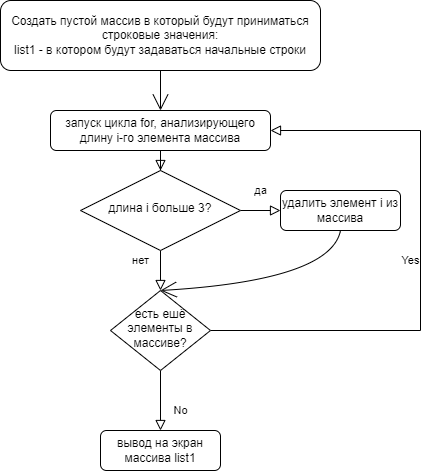
Earlier version of the draw.io export block_scheme.png (MikhailZubkov/Meeting_profession). Source tidied: cells renumbered, new cells last; positions are measured from the earlier drawing's top-left corner, leaving out a move shared by most shapes.
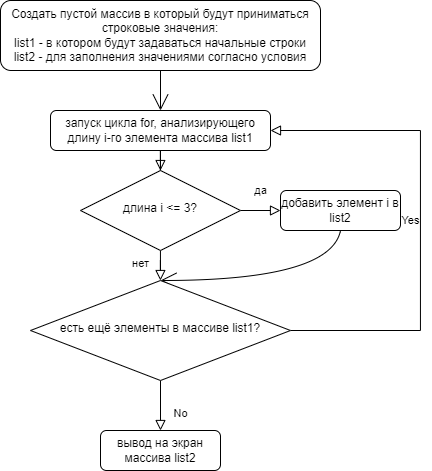
The same diagram one commit later.

Commit message:
added block scheme

Diff of the diagram source:
```diff
@@ -5,7 +5,7 @@
     <mxCell id="2" style="rounded=0;html=1;jettySize=auto;fontSize=11;endArrow=block;endFill=0;endSize=8;strokeWidth=1;shadow=0;labelBackgroundColor=none;edgeStyle=orthogonalEdgeStyle;" parent="1" edge="1" source="3" target="6">
       <mxGeometry relative="1" as="geometry" />
     </mxCell>
-    <mxCell id="3" value="запуск цикла for, анализирующего длину i-го элемента массива" style="rounded=1;whiteSpace=wrap;html=1;fontSize=12;glass=0;strokeWidth=1;shadow=0;" parent="1" vertex="1">
+    <mxCell id="3" value="запуск цикла for, анализирующего длину i-го элемента массива list1" style="rounded=1;whiteSpace=wrap;html=1;fontSize=12;glass=0;strokeWidth=1;shadow=0;" parent="1" vertex="1">
       <mxGeometry x="50" y="110" width="220" height="40" as="geometry" />
     </mxCell>
     <mxCell id="4" value="нет" style="rounded=0;html=1;jettySize=auto;fontSize=11;endArrow=block;endFill=0;endSize=8;strokeWidth=1;shadow=0;labelBackgroundColor=none;edgeStyle=orthogonalEdgeStyle;" parent="1" edge="1" source="6" target="11">
@@ -14,7 +14,7 @@
     <mxCell id="5" value="да" style="edgeStyle=orthogonalEdgeStyle;rounded=0;html=1;jettySize=auto;fontSize=11;endArrow=block;endFill=0;endSize=8;strokeWidth=1;shadow=0;labelBackgroundColor=none;" parent="1" edge="1" source="6" target="8">
       <mxGeometry y="20" relative="1" as="geometry" />
     </mxCell>
-    <mxCell id="6" value="длина i больше 3?" style="rhombus;whiteSpace=wrap;html=1;shadow=0;fontFamily=Helvetica;fontSize=12;align=center;strokeWidth=1;spacing=6;spacingTop=-4;" parent="1" vertex="1">
+    <mxCell id="6" value="длина i &amp;lt;= 3?" style="rhombus;whiteSpace=wrap;html=1;shadow=0;fontFamily=Helvetica;fontSize=12;align=center;strokeWidth=1;spacing=6;spacingTop=-4;" parent="1" vertex="1">
       <mxGeometry x="80" y="170" width="160" height="80" as="geometry" />
     </mxCell>
     <mxCell id="7" style="edgeStyle=none;curved=1;rounded=0;jettySize=auto;html=1;fontSize=12;endArrow=open;startSize=14;endSize=14;sourcePerimeterSpacing=8;targetPerimeterSpacing=8;exitX=0.5;exitY=1;exitDx=0;exitDy=0;entryX=0.5;entryY=0;entryDx=0;entryDy=0;" parent="1" edge="1" source="8" target="11">
@@ -24,7 +24,7 @@
         </Array>
       </mxGeometry>
     </mxCell>
-    <mxCell id="8" value="удалить элемент i из массива" style="rounded=1;whiteSpace=wrap;html=1;fontSize=12;glass=0;strokeWidth=1;shadow=0;" parent="1" vertex="1">
+    <mxCell id="8" value="добавить элемент i в list2" style="rounded=1;whiteSpace=wrap;html=1;fontSize=12;glass=0;strokeWidth=1;shadow=0;" parent="1" vertex="1">
       <mxGeometry x="280" y="190" width="120" height="40" as="geometry" />
     </mxCell>
     <mxCell id="9" value="No" style="rounded=0;html=1;jettySize=auto;fontSize=11;endArrow=block;endFill=0;endSize=8;strokeWidth=1;shadow=0;labelBackgroundColor=none;edgeStyle=orthogonalEdgeStyle;" parent="1" edge="1" source="11" target="12">
@@ -38,10 +38,10 @@
         </Array>
       </mxGeometry>
     </mxCell>
-    <mxCell id="11" value="есть ешё элементы в массиве?" style="rhombus;whiteSpace=wrap;html=1;shadow=0;fontFamily=Helvetica;fontSize=12;align=center;strokeWidth=1;spacing=6;spacingTop=-4;" parent="1" vertex="1">
-      <mxGeometry x="110" y="290" width="100" height="80" as="geometry" />
+    <mxCell id="11" value="есть ещё элементы в массиве list1?" style="rhombus;whiteSpace=wrap;html=1;shadow=0;fontFamily=Helvetica;fontSize=12;align=center;strokeWidth=1;spacing=6;spacingTop=-4;" parent="1" vertex="1">
+      <mxGeometry x="30" y="280" width="260" height="100" as="geometry" />
     </mxCell>
-    <mxCell id="12" value="вывод на экран массива list1" style="rounded=1;whiteSpace=wrap;html=1;fontSize=12;glass=0;strokeWidth=1;shadow=0;" parent="1" vertex="1">
+    <mxCell id="12" value="вывод на экран массива list2" style="rounded=1;whiteSpace=wrap;html=1;fontSize=12;glass=0;strokeWidth=1;shadow=0;" parent="1" vertex="1">
       <mxGeometry x="100" y="430" width="120" height="40" as="geometry" />
     </mxCell>
     <mxCell id="13" style="edgeStyle=none;curved=1;rounded=0;jettySize=auto;html=1;fontSize=12;endArrow=open;startSize=14;endSize=14;sourcePerimeterSpacing=8;targetPerimeterSpacing=8;exitX=0.5;exitY=1;exitDx=0;exitDy=0;" parent="1" edge="1" source="14">
@@ -49,7 +49,7 @@
         <mxPoint x="160" y="110" as="targetPoint" />
       </mxGeometry>
     </mxCell>
-    <mxCell id="14" value="Создать пустой массив в который будут приниматься строковые значения:&lt;br&gt;list1 - в котором будут задаваться начальные строки" style="rounded=1;whiteSpace=wrap;html=1;fontSize=12;glass=0;strokeWidth=1;shadow=0;" parent="1" vertex="1">
+    <mxCell id="14" value="Создать пустой массив в который будут приниматься строковые значения:&lt;br&gt;list1 - в котором будут задаваться начальные строки&lt;br&gt;list2 - для заполнения значениями согласно условия" style="rounded=1;whiteSpace=wrap;html=1;fontSize=12;glass=0;strokeWidth=1;shadow=0;" parent="1" vertex="1">
       <mxGeometry width="320" height="70" as="geometry" />
     </mxCell>
   </root>
```
